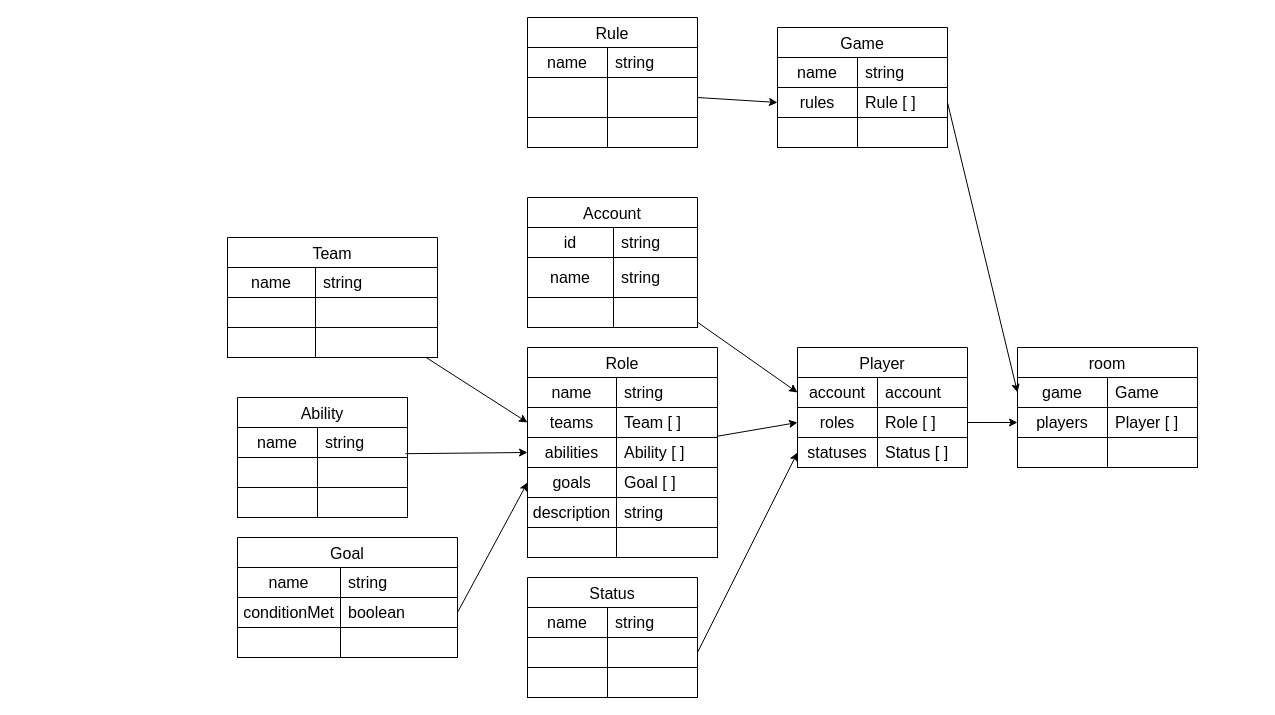
Above: docs/engine.drawio in JohnPBlack89/SlyDevil (draw.io), before the change. Source tidied: cells renumbered, new cells numbered last; positions are measured from the earlier drawing's top-left corner, leaving out a move shared by most shapes. Both pictures are drawn from the tidied source at 100%, with x=0, y=0 at pixel (227, 17).
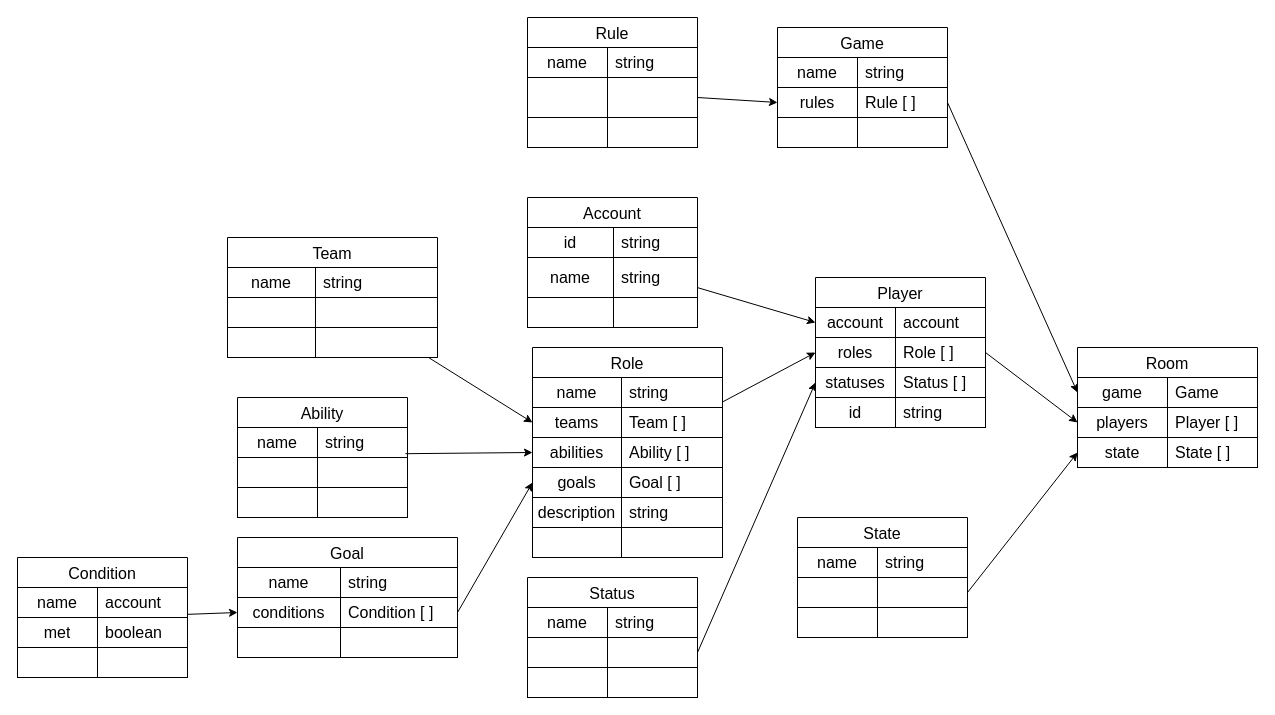
The same page after the edit.

Unchanged cells that the change refers to:
```xml
<mxCell id="50" style="shape=tableRow;horizontal=0;startSize=0;swimlaneHead=0;swimlaneBody=0;fillColor=none;points=[[0,0.5],[1,0.5]];portConstraint=eastwest;strokeColor=inherit;fontSize=16;" parent="43" vertex="1">
  <mxGeometry y="90" width="180" height="30" as="geometry" />
</mxCell>
<mxCell id="91" style="shape=tableRow;horizontal=0;startSize=0;swimlaneHead=0;swimlaneBody=0;fillColor=none;points=[[0,0.5],[1,0.5]];portConstraint=eastwest;strokeColor=inherit;fontSize=16;" parent="87" vertex="1">
  <mxGeometry y="60" width="220" height="30" as="geometry" />
</mxCell>
```

Diff of the diagram source:
```diff
@@
-    <mxCell id="13" value="Player" style="shape=table;tableRender=collapsed;startSize=30;childLayout=tableLayout;rowLines=0;fontStyle=0;strokeColor=default;fontSize=16;" parent="1" vertex="1">
-      <mxGeometry x="570" y="330" width="170" height="120" as="geometry" />
-    </mxCell>
-    <mxCell id="14" style="shape=tableRow;horizontal=0;startSize=0;swimlaneHead=0;swimlaneBody=0;fillColor=none;points=[[0,0.5],[1,0.5]];portConstraint=eastwest;strokeColor=inherit;fontSize=16;" parent="13" vertex="1">
-      <mxGeometry y="30" width="170" height="30" as="geometry" />
-    </mxCell>
-    <mxCell id="15" value="account" style="shape=partialRectangle;html=1;whiteSpace=wrap;fillColor=none;overflow=hidden;strokeColor=inherit;fontSize=16;" parent="14" vertex="1">
-      <mxGeometry width="80" height="30" as="geometry" />
-    </mxCell>
-    <mxCell id="16" value="account" style="shape=partialRectangle;html=1;whiteSpace=wrap;fillColor=none;align=left;spacingLeft=6;overflow=hidden;strokeColor=inherit;fontSize=16;" parent="14" vertex="1">
-      <mxGeometry x="80" width="90" height="30" as="geometry" />
-    </mxCell>
-    <mxCell id="17" style="shape=tableRow;horizontal=0;startSize=0;swimlaneHead=0;swimlaneBody=0;fillColor=none;points=[[0,0.5],[1,0.5]];portConstraint=eastwest;strokeColor=inherit;fontSize=16;" parent="13" vertex="1">
-      <mxGeometry y="60" width="170" height="30" as="geometry" />
-    </mxCell>
-    <mxCell id="18" value="roles" style="shape=partialRectangle;html=1;whiteSpace=wrap;fillColor=none;overflow=hidden;strokeColor=inherit;fontSize=16;" parent="17" vertex="1">
-      <mxGeometry width="80" height="30" as="geometry" />
-    </mxCell>
-    <mxCell id="19" value="Role [ ]" style="shape=partialRectangle;html=1;whiteSpace=wrap;fillColor=none;align=left;spacingLeft=6;overflow=hidden;strokeColor=inherit;fontSize=16;" parent="17" vertex="1">
-      <mxGeometry x="80" width="90" height="30" as="geometry" />
-    </mxCell>
-    <mxCell id="20" style="shape=tableRow;horizontal=0;startSize=0;swimlaneHead=0;swimlaneBody=0;fillColor=none;points=[[0,0.5],[1,0.5]];portConstraint=eastwest;strokeColor=inherit;fontSize=16;" parent="13" vertex="1">
-      <mxGeometry y="90" width="170" height="30" as="geometry" />
-    </mxCell>
-    <mxCell id="21" value="statuses" style="shape=partialRectangle;html=1;whiteSpace=wrap;fillColor=none;overflow=hidden;strokeColor=inherit;fontSize=16;" parent="20" vertex="1">
-      <mxGeometry width="80" height="30" as="geometry" />
-    </mxCell>
-    <mxCell id="22" value="Status [ ]" style="shape=partialRectangle;html=1;whiteSpace=wrap;fillColor=none;align=left;spacingLeft=6;overflow=hidden;strokeColor=inherit;fontSize=16;" parent="20" vertex="1">
-      <mxGeometry x="80" width="90" height="30" as="geometry" />
-    </mxCell>
@@
     <mxCell id="24" value="Role" style="shape=table;tableRender=collapsed;startSize=30;childLayout=tableLayout;rowLines=0;fontStyle=0;strokeColor=default;fontSize=16;" parent="1" vertex="1">
-      <mxGeometry x="300" y="330" width="190" height="210" as="geometry" />
+      <mxGeometry x="305" y="330" width="190" height="210" as="geometry" />
     </mxCell>
@@
-    <mxCell id="43" value="room" style="shape=table;tableRender=collapsed;startSize=30;childLayout=tableLayout;rowLines=0;fontStyle=0;strokeColor=default;fontSize=16;" parent="1" vertex="1">
-      <mxGeometry x="790" y="330" width="180" height="120" as="geometry" />
+    <mxCell id="43" value="Room" style="shape=table;tableRender=collapsed;startSize=30;childLayout=tableLayout;rowLines=0;fontStyle=0;strokeColor=default;fontSize=16;" parent="1" vertex="1">
+      <mxGeometry x="850" y="330" width="180" height="120" as="geometry" />
     </mxCell>
@@
-    <mxCell id="51" style="shape=partialRectangle;html=1;whiteSpace=wrap;fillColor=none;overflow=hidden;strokeColor=inherit;fontSize=16;" parent="50" vertex="1">
+    <mxCell id="51" value="state" style="shape=partialRectangle;html=1;whiteSpace=wrap;fillColor=none;overflow=hidden;strokeColor=inherit;fontSize=16;" parent="50" vertex="1">
       <mxGeometry width="90" height="30" as="geometry" />
     </mxCell>
-    <mxCell id="52" style="shape=partialRectangle;html=1;whiteSpace=wrap;fillColor=none;align=left;spacingLeft=6;overflow=hidden;strokeColor=inherit;fontSize=16;" parent="50" vertex="1">
+    <mxCell id="52" value="State [ ]" style="shape=partialRectangle;html=1;whiteSpace=wrap;fillColor=none;align=left;spacingLeft=6;overflow=hidden;strokeColor=inherit;fontSize=16;" parent="50" vertex="1">
       <mxGeometry x="90" width="90" height="30" as="geometry" />
     </mxCell>
@@
-    <mxCell id="92" value="conditionMet" style="shape=partialRectangle;html=1;whiteSpace=wrap;fillColor=none;overflow=hidden;strokeColor=inherit;fontSize=16;" parent="91" vertex="1">
+    <mxCell id="92" value="conditions" style="shape=partialRectangle;html=1;whiteSpace=wrap;fillColor=none;overflow=hidden;strokeColor=inherit;fontSize=16;" parent="91" vertex="1">
       <mxGeometry width="103" height="30" as="geometry" />
     </mxCell>
-    <mxCell id="93" value="boolean" style="shape=partialRectangle;html=1;whiteSpace=wrap;fillColor=none;align=left;spacingLeft=6;overflow=hidden;strokeColor=inherit;fontSize=16;" parent="91" vertex="1">
+    <mxCell id="93" value="Condition [ ]" style="shape=partialRectangle;html=1;whiteSpace=wrap;fillColor=none;align=left;spacingLeft=6;overflow=hidden;strokeColor=inherit;fontSize=16;" parent="91" vertex="1">
       <mxGeometry x="103" width="117" height="30" as="geometry" />
     </mxCell>
@@
+    <mxCell id="120" style="edgeStyle=none;html=1;entryX=0;entryY=0.5;entryDx=0;entryDy=0;" parent="1" edge="1" source="121" target="91">
+      <mxGeometry relative="1" as="geometry" />
+    </mxCell>
+    <mxCell id="121" value="Condition" style="shape=table;tableRender=collapsed;startSize=30;childLayout=tableLayout;rowLines=0;fontStyle=0;strokeColor=default;fontSize=16;" parent="1" vertex="1">
+      <mxGeometry x="-210" y="540" width="170" height="120" as="geometry" />
+    </mxCell>
+    <mxCell id="122" style="shape=tableRow;horizontal=0;startSize=0;swimlaneHead=0;swimlaneBody=0;fillColor=none;strokeColor=inherit;fontSize=16;" parent="121" vertex="1">
+      <mxGeometry y="30" width="170" height="30" as="geometry" />
+    </mxCell>
+    <mxCell id="123" value="name" style="shape=partialRectangle;html=1;whiteSpace=wrap;fillColor=none;overflow=hidden;strokeColor=inherit;fontSize=16;" parent="122" vertex="1">
+      <mxGeometry width="80" height="30" as="geometry" />
+    </mxCell>
+    <mxCell id="124" value="account" style="shape=partialRectangle;html=1;whiteSpace=wrap;fillColor=none;align=left;spacingLeft=6;overflow=hidden;strokeColor=inherit;fontSize=16;" parent="122" vertex="1">
+      <mxGeometry x="80" width="90" height="30" as="geometry" />
+    </mxCell>
+    <mxCell id="125" style="shape=tableRow;horizontal=0;startSize=0;swimlaneHead=0;swimlaneBody=0;fillColor=none;strokeColor=inherit;fontSize=16;" parent="121" vertex="1">
+      <mxGeometry y="60" width="170" height="30" as="geometry" />
+    </mxCell>
+    <mxCell id="126" value="met" style="shape=partialRectangle;html=1;whiteSpace=wrap;fillColor=none;overflow=hidden;strokeColor=inherit;fontSize=16;" parent="125" vertex="1">
+      <mxGeometry width="80" height="30" as="geometry" />
+    </mxCell>
+    <mxCell id="127" value="boolean" style="shape=partialRectangle;html=1;whiteSpace=wrap;fillColor=none;align=left;spacingLeft=6;overflow=hidden;strokeColor=inherit;fontSize=16;" parent="125" vertex="1">
+      <mxGeometry x="80" width="90" height="30" as="geometry" />
+    </mxCell>
+    <mxCell id="128" style="shape=tableRow;horizontal=0;startSize=0;swimlaneHead=0;swimlaneBody=0;fillColor=none;strokeColor=inherit;fontSize=16;" parent="121" vertex="1">
+      <mxGeometry y="90" width="170" height="30" as="geometry" />
+    </mxCell>
+    <mxCell id="129" style="shape=partialRectangle;html=1;whiteSpace=wrap;fillColor=none;overflow=hidden;strokeColor=inherit;fontSize=16;" parent="128" vertex="1">
+      <mxGeometry width="80" height="30" as="geometry" />
+    </mxCell>
+    <mxCell id="130" style="shape=partialRectangle;html=1;whiteSpace=wrap;fillColor=none;align=left;spacingLeft=6;overflow=hidden;strokeColor=inherit;fontSize=16;" parent="128" vertex="1">
+      <mxGeometry x="80" width="90" height="30" as="geometry" />
+    </mxCell>
+    <mxCell id="131" value="State" style="shape=table;tableRender=collapsed;startSize=30;childLayout=tableLayout;rowLines=0;fontStyle=0;strokeColor=default;fontSize=16;" parent="1" vertex="1">
+      <mxGeometry x="570" y="500" width="170" height="120" as="geometry" />
+    </mxCell>
+    <mxCell id="132" style="shape=tableRow;horizontal=0;startSize=0;swimlaneHead=0;swimlaneBody=0;fillColor=none;strokeColor=inherit;fontSize=16;" parent="131" vertex="1">
+      <mxGeometry y="30" width="170" height="30" as="geometry" />
+    </mxCell>
+    <mxCell id="133" value="name" style="shape=partialRectangle;html=1;whiteSpace=wrap;fillColor=none;overflow=hidden;strokeColor=inherit;fontSize=16;" parent="132" vertex="1">
+      <mxGeometry width="80" height="30" as="geometry" />
+    </mxCell>
+    <mxCell id="134" value="string" style="shape=partialRectangle;html=1;whiteSpace=wrap;fillColor=none;align=left;spacingLeft=6;overflow=hidden;strokeColor=inherit;fontSize=16;" parent="132" vertex="1">
+      <mxGeometry x="80" width="90" height="30" as="geometry" />
+    </mxCell>
+    <mxCell id="135" style="shape=tableRow;horizontal=0;startSize=0;swimlaneHead=0;swimlaneBody=0;fillColor=none;points=[[0,0.5],[1,0.5]];portConstraint=eastwest;strokeColor=inherit;fontSize=16;" parent="131" vertex="1">
+      <mxGeometry y="60" width="170" height="30" as="geometry" />
+    </mxCell>
+    <mxCell id="136" style="shape=partialRectangle;html=1;whiteSpace=wrap;fillColor=none;overflow=hidden;strokeColor=inherit;fontSize=16;" parent="135" vertex="1">
+      <mxGeometry width="80" height="30" as="geometry" />
+    </mxCell>
+    <mxCell id="137" style="shape=partialRectangle;html=1;whiteSpace=wrap;fillColor=none;align=left;spacingLeft=6;overflow=hidden;strokeColor=inherit;fontSize=16;" parent="135" vertex="1">
+      <mxGeometry x="80" width="90" height="30" as="geometry" />
+    </mxCell>
+    <mxCell id="138" style="shape=tableRow;horizontal=0;startSize=0;swimlaneHead=0;swimlaneBody=0;fillColor=none;strokeColor=inherit;fontSize=16;" parent="131" vertex="1">
+      <mxGeometry y="90" width="170" height="30" as="geometry" />
+    </mxCell>
+    <mxCell id="139" style="shape=partialRectangle;html=1;whiteSpace=wrap;fillColor=none;overflow=hidden;strokeColor=inherit;fontSize=16;" parent="138" vertex="1">
+      <mxGeometry width="80" height="30" as="geometry" />
+    </mxCell>
+    <mxCell id="140" style="shape=partialRectangle;html=1;whiteSpace=wrap;fillColor=none;align=left;spacingLeft=6;overflow=hidden;strokeColor=inherit;fontSize=16;" parent="138" vertex="1">
+      <mxGeometry x="80" width="90" height="30" as="geometry" />
+    </mxCell>
+    <mxCell id="141" style="edgeStyle=none;html=1;exitX=1;exitY=0.5;exitDx=0;exitDy=0;entryX=0;entryY=0.5;entryDx=0;entryDy=0;" parent="1" edge="1" source="135" target="50">
+      <mxGeometry relative="1" as="geometry" />
+    </mxCell>
+    <mxCell id="13" value="Player" style="shape=table;tableRender=collapsed;startSize=30;childLayout=tableLayout;rowLines=0;fontStyle=0;strokeColor=default;fontSize=16;" parent="1" vertex="1">
+      <mxGeometry x="588" y="260" width="170" height="150" as="geometry" />
+    </mxCell>
+    <mxCell id="14" style="shape=tableRow;horizontal=0;startSize=0;swimlaneHead=0;swimlaneBody=0;fillColor=none;points=[[0,0.5],[1,0.5]];portConstraint=eastwest;strokeColor=inherit;fontSize=16;" parent="13" vertex="1">
+      <mxGeometry y="30" width="170" height="30" as="geometry" />
+    </mxCell>
+    <mxCell id="15" value="account" style="shape=partialRectangle;html=1;whiteSpace=wrap;fillColor=none;overflow=hidden;strokeColor=inherit;fontSize=16;" parent="14" vertex="1">
+      <mxGeometry width="80" height="30" as="geometry" />
+    </mxCell>
+    <mxCell id="16" value="account" style="shape=partialRectangle;html=1;whiteSpace=wrap;fillColor=none;align=left;spacingLeft=6;overflow=hidden;strokeColor=inherit;fontSize=16;" parent="14" vertex="1">
+      <mxGeometry x="80" width="90" height="30" as="geometry" />
+    </mxCell>
+    <mxCell id="17" style="shape=tableRow;horizontal=0;startSize=0;swimlaneHead=0;swimlaneBody=0;fillColor=none;points=[[0,0.5],[1,0.5]];portConstraint=eastwest;strokeColor=inherit;fontSize=16;" parent="13" vertex="1">
+      <mxGeometry y="60" width="170" height="30" as="geometry" />
+    </mxCell>
+    <mxCell id="18" value="roles" style="shape=partialRectangle;html=1;whiteSpace=wrap;fillColor=none;overflow=hidden;strokeColor=inherit;fontSize=16;" parent="17" vertex="1">
+      <mxGeometry width="80" height="30" as="geometry" />
+    </mxCell>
+    <mxCell id="19" value="Role [ ]" style="shape=partialRectangle;html=1;whiteSpace=wrap;fillColor=none;align=left;spacingLeft=6;overflow=hidden;strokeColor=inherit;fontSize=16;" parent="17" vertex="1">
+      <mxGeometry x="80" width="90" height="30" as="geometry" />
+    </mxCell>
+    <mxCell id="20" style="shape=tableRow;horizontal=0;startSize=0;swimlaneHead=0;swimlaneBody=0;fillColor=none;points=[[0,0.5],[1,0.5]];portConstraint=eastwest;strokeColor=inherit;fontSize=16;" parent="13" vertex="1">
+      <mxGeometry y="90" width="170" height="30" as="geometry" />
+    </mxCell>
+    <mxCell id="21" value="statuses" style="shape=partialRectangle;html=1;whiteSpace=wrap;fillColor=none;overflow=hidden;strokeColor=inherit;fontSize=16;" parent="20" vertex="1">
+      <mxGeometry width="80" height="30" as="geometry" />
+    </mxCell>
+    <mxCell id="22" value="Status [ ]" style="shape=partialRectangle;html=1;whiteSpace=wrap;fillColor=none;align=left;spacingLeft=6;overflow=hidden;strokeColor=inherit;fontSize=16;" parent="20" vertex="1">
+      <mxGeometry x="80" width="90" height="30" as="geometry" />
+    </mxCell>
+    <mxCell id="142" style="shape=tableRow;horizontal=0;startSize=0;swimlaneHead=0;swimlaneBody=0;fillColor=none;strokeColor=inherit;fontSize=16;" parent="13" vertex="1">
+      <mxGeometry y="120" width="170" height="30" as="geometry" />
+    </mxCell>
+    <mxCell id="143" value="id" style="shape=partialRectangle;html=1;whiteSpace=wrap;fillColor=none;overflow=hidden;strokeColor=inherit;fontSize=16;" parent="142" vertex="1">
+      <mxGeometry width="80" height="30" as="geometry" />
+    </mxCell>
+    <mxCell id="144" value="string" style="shape=partialRectangle;html=1;whiteSpace=wrap;fillColor=none;align=left;spacingLeft=6;overflow=hidden;strokeColor=inherit;fontSize=16;" parent="142" vertex="1">
+      <mxGeometry x="80" width="90" height="30" as="geometry" />
+    </mxCell>
```
